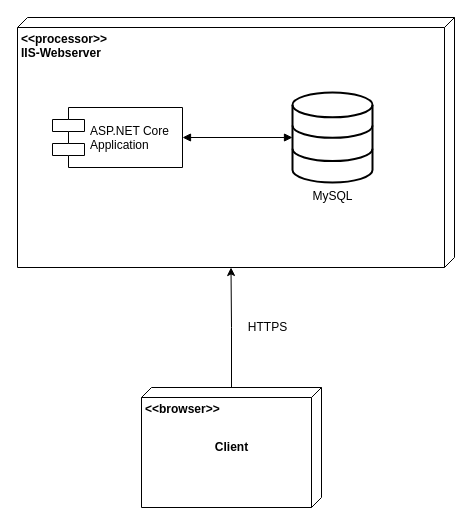
This is SW-Documentation/Deployment-View.drawio from Bronzila/TrackYourFit_docs, a draw.io file, before an edit. Source tidied: cells renumbered, new cells numbered last; positions are measured from the earlier drawing's top-left corner, leaving out a move shared by most shapes. Both pictures are drawn from the tidied source at 100%, with x=0, y=0 at pixel (17, 17).
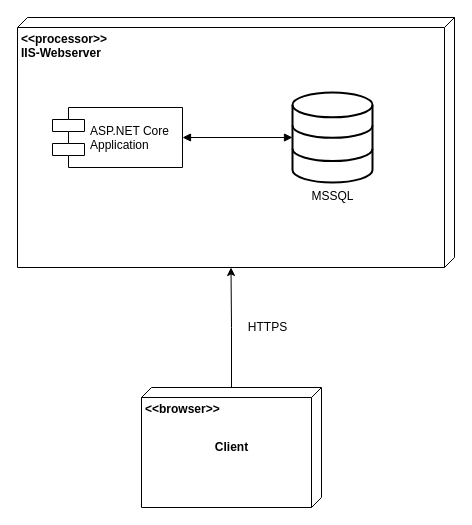
After the change.

Diff of the diagram source:
```diff
@@
 <mxGraphModel>
   <root>
     <mxCell id="0" />
     <mxCell id="1" parent="0" />
     <mxCell id="2" style="edgeStyle=orthogonalEdgeStyle;rounded=0;jettySize=auto;html=1;entryX=0;entryY=0;entryDx=250;entryDy=223.5;entryPerimeter=0;" parent="1" edge="1" source="3" target="5">
       <mxGeometry relative="1" as="geometry" />
     </mxCell>
     <mxCell id="3" value="&lt;b&gt;&amp;lt;&amp;lt;browser&amp;gt;&amp;gt;&lt;/b&gt;" style="verticalAlign=top;align=left;spacingTop=8;spacingLeft=2;spacingRight=12;shape=cube;size=10;direction=south;fontStyle=0;html=1;" parent="1" vertex="1">
       <mxGeometry x="124" y="370" width="180" height="120" as="geometry" />
     </mxCell>
     <mxCell id="4" value="Client" style="text;html=1;align=center;verticalAlign=middle;fontStyle=1;" parent="1" vertex="1">
       <mxGeometry x="189" y="420" width="50" height="20" as="geometry" />
     </mxCell>
     <mxCell id="5" value="&amp;lt;&amp;lt;processor&amp;gt;&amp;gt;&lt;br&gt;IIS-Webserver" style="verticalAlign=top;align=left;spacingTop=8;spacingLeft=2;spacingRight=12;shape=cube;size=10;direction=south;fontStyle=1;html=1;" parent="1" vertex="1">
       <mxGeometry width="437" height="250" as="geometry" />
     </mxCell>
     <mxCell id="6" value="HTTPS" style="text;html=1;align=center;verticalAlign=middle;" parent="1" vertex="1">
       <mxGeometry x="225" y="300" width="50" height="20" as="geometry" />
     </mxCell>
     <mxCell id="7" value="ASP.NET Core&#10;Application" style="shape=component;align=left;spacingLeft=36;" parent="1" vertex="1">
       <mxGeometry x="35" y="90" width="130" height="60" as="geometry" />
     </mxCell>
-    <mxCell id="8" value="MySQL" style="html=1;verticalLabelPosition=bottom;align=center;labelBackgroundColor=#ffffff;verticalAlign=top;strokeWidth=2;strokeColor=#000000;shadow=0;dashed=0;shape=mxgraph.ios7.icons.data;" parent="1" vertex="1">
+    <mxCell id="8" value="MSSQL" style="html=1;verticalLabelPosition=bottom;align=center;labelBackgroundColor=#ffffff;verticalAlign=top;strokeWidth=2;strokeColor=#000000;shadow=0;dashed=0;shape=mxgraph.ios7.icons.data;" parent="1" vertex="1">
       <mxGeometry x="275" y="75" width="80" height="90" as="geometry" />
     </mxCell>
     <mxCell id="9" style="endArrow=block;startArrow=block;endFill=1;startFill=1;html=1;exitX=1;exitY=0.5;exitDx=0;exitDy=0;" parent="1" edge="1" source="7" target="8">
       <mxGeometry relative="1" as="geometry" />
     </mxCell>
   </root>
 </mxGraphModel>
```
